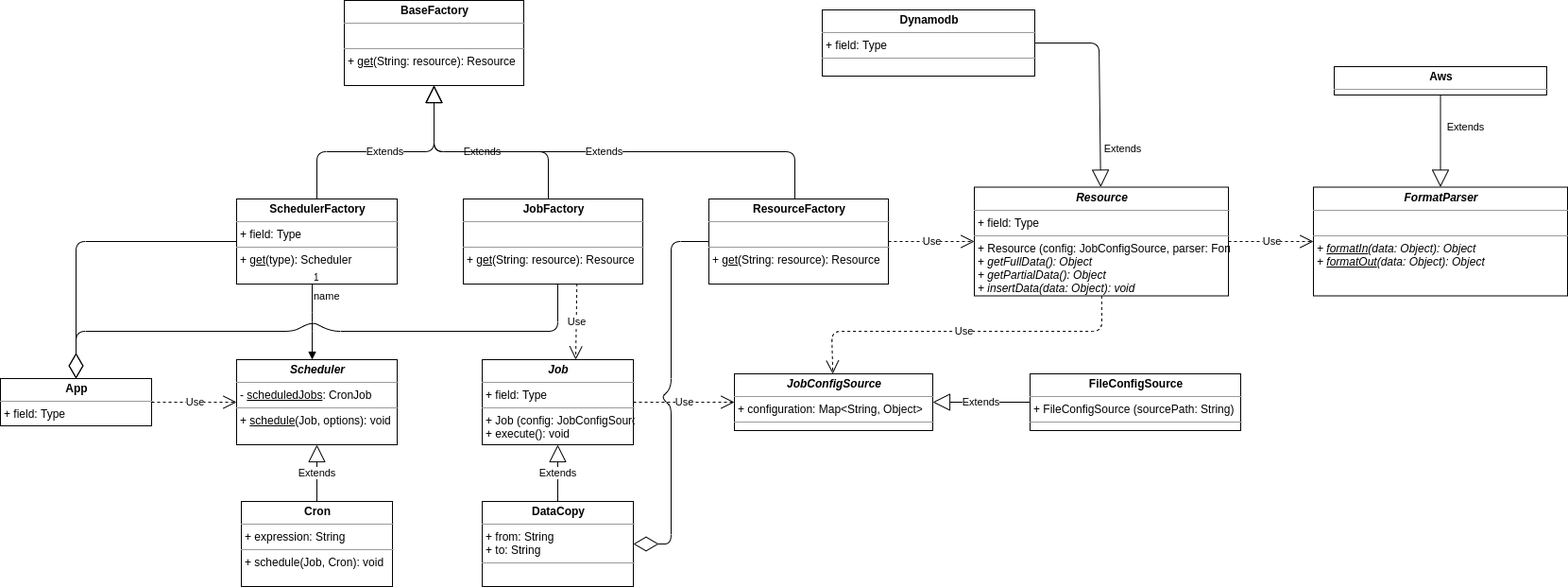
thiagogutierri/data-job-executor keeps this draw.io diagram as data-job-executor.png. Above is the earlier version. Source tidied: cells renumbered, new cells last; positions are measured from the earlier drawing's top-left corner, leaving out a move shared by most shapes.
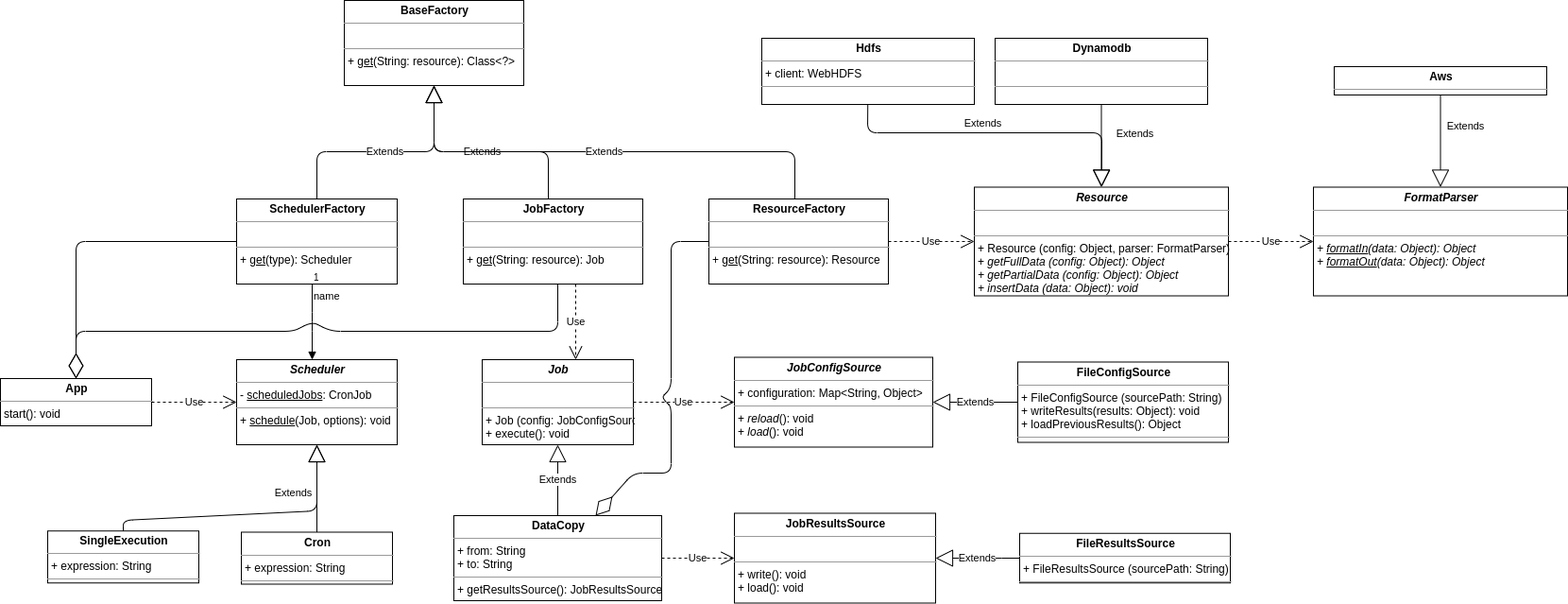
After the change.

Commit message:
Alterando a imagem

Change to the diagram source:
```diff
@@ -7,16 +7,16 @@
     </mxCell>
-    <mxCell id="3" value="&lt;p style=&quot;margin: 0px ; margin-top: 4px ; text-align: center&quot;&gt;&lt;b&gt;&lt;i&gt;Job&lt;/i&gt;&lt;/b&gt;&lt;/p&gt;&lt;hr size=&quot;1&quot;&gt;&lt;p style=&quot;margin: 0px ; margin-left: 4px&quot;&gt;+ field: Type&lt;/p&gt;&lt;hr size=&quot;1&quot;&gt;&lt;p style=&quot;margin: 0px ; margin-left: 4px&quot;&gt;+ Job (config: JobConfigSource)&lt;/p&gt;&lt;p style=&quot;margin: 0px ; margin-left: 4px&quot;&gt;+ execute(): void&lt;/p&gt;" style="verticalAlign=top;align=left;overflow=fill;fontSize=12;fontFamily=Helvetica;html=1;" parent="1" vertex="1">
+    <mxCell id="3" value="&lt;p style=&quot;margin: 0px ; margin-top: 4px ; text-align: center&quot;&gt;&lt;b&gt;&lt;i&gt;Job&lt;/i&gt;&lt;/b&gt;&lt;/p&gt;&lt;hr size=&quot;1&quot;&gt;&lt;p style=&quot;margin: 0px ; margin-left: 4px&quot;&gt;&lt;br&gt;&lt;/p&gt;&lt;hr size=&quot;1&quot;&gt;&lt;p style=&quot;margin: 0px ; margin-left: 4px&quot;&gt;+ Job (config: JobConfigSource)&lt;/p&gt;&lt;p style=&quot;margin: 0px ; margin-left: 4px&quot;&gt;+ execute(): void&lt;/p&gt;" style="verticalAlign=top;align=left;overflow=fill;fontSize=12;fontFamily=Helvetica;html=1;" parent="1" vertex="1">
       <mxGeometry x="510" y="380" width="160" height="90" as="geometry" />
     </mxCell>
-    <mxCell id="4" value="&lt;p style=&quot;margin: 0px ; margin-top: 4px ; text-align: center&quot;&gt;&lt;b&gt;App&lt;/b&gt;&lt;/p&gt;&lt;hr size=&quot;1&quot;&gt;&lt;p style=&quot;margin: 0px ; margin-left: 4px&quot;&gt;+ field: Type&lt;/p&gt;&lt;hr size=&quot;1&quot;&gt;&lt;p style=&quot;margin: 0px ; margin-left: 4px&quot;&gt;&lt;br&gt;&lt;/p&gt;" style="verticalAlign=top;align=left;overflow=fill;fontSize=12;fontFamily=Helvetica;html=1;" parent="1" vertex="1">
+    <mxCell id="4" value="&lt;p style=&quot;margin: 0px ; margin-top: 4px ; text-align: center&quot;&gt;&lt;b&gt;App&lt;/b&gt;&lt;/p&gt;&lt;hr size=&quot;1&quot;&gt;&lt;p style=&quot;margin: 0px ; margin-left: 4px&quot;&gt;start(): void&lt;/p&gt;&lt;hr size=&quot;1&quot;&gt;&lt;p style=&quot;margin: 0px ; margin-left: 4px&quot;&gt;&lt;br&gt;&lt;/p&gt;" style="verticalAlign=top;align=left;overflow=fill;fontSize=12;fontFamily=Helvetica;html=1;" parent="1" vertex="1">
       <mxGeometry y="400" width="160" height="50" as="geometry" />
     </mxCell>
-    <mxCell id="5" value="&lt;p style=&quot;margin: 0px ; margin-top: 4px ; text-align: center&quot;&gt;&lt;b&gt;Cron&lt;/b&gt;&lt;/p&gt;&lt;hr size=&quot;1&quot;&gt;&lt;p style=&quot;margin: 0px ; margin-left: 4px&quot;&gt;+ expression: String&lt;/p&gt;&lt;hr size=&quot;1&quot;&gt;&lt;p style=&quot;margin: 0px ; margin-left: 4px&quot;&gt;+ schedule(Job, Cron): void&lt;/p&gt;" style="verticalAlign=top;align=left;overflow=fill;fontSize=12;fontFamily=Helvetica;html=1;" parent="1" vertex="1">
-      <mxGeometry x="255" y="530" width="160" height="90" as="geometry" />
+    <mxCell id="5" value="&lt;p style=&quot;margin: 0px ; margin-top: 4px ; text-align: center&quot;&gt;&lt;b&gt;Cron&lt;/b&gt;&lt;/p&gt;&lt;hr size=&quot;1&quot;&gt;&lt;p style=&quot;margin: 0px ; margin-left: 4px&quot;&gt;+ expression: String&lt;/p&gt;&lt;hr size=&quot;1&quot;&gt;&lt;p style=&quot;margin: 0px ; margin-left: 4px&quot;&gt;&lt;br&gt;&lt;/p&gt;" style="verticalAlign=top;align=left;overflow=fill;fontSize=12;fontFamily=Helvetica;html=1;" parent="1" vertex="1">
+      <mxGeometry x="255" y="562.5" width="160" height="55" as="geometry" />
     </mxCell>
     <mxCell id="6" value="Extends" style="endArrow=block;endSize=16;endFill=0;html=1;" parent="1" edge="1" source="5" target="2">
-      <mxGeometry relative="1" as="geometry" />
+      <mxGeometry x="-0.08" y="25" relative="1" as="geometry" />
     </mxCell>
-    <mxCell id="7" value="&lt;p style=&quot;margin: 0px ; margin-top: 4px ; text-align: center&quot;&gt;&lt;b&gt;DataCopy&lt;/b&gt;&lt;/p&gt;&lt;hr size=&quot;1&quot;&gt;&lt;p style=&quot;margin: 0px ; margin-left: 4px&quot;&gt;+ from: String&lt;/p&gt;&lt;p style=&quot;margin: 0px ; margin-left: 4px&quot;&gt;+ to: String&lt;/p&gt;&lt;hr size=&quot;1&quot;&gt;&lt;p style=&quot;margin: 0px ; margin-left: 4px&quot;&gt;&lt;br&gt;&lt;/p&gt;" style="verticalAlign=top;align=left;overflow=fill;fontSize=12;fontFamily=Helvetica;html=1;" parent="1" vertex="1">
-      <mxGeometry x="510" y="530" width="160" height="90" as="geometry" />
+    <mxCell id="7" value="&lt;p style=&quot;margin: 0px ; margin-top: 4px ; text-align: center&quot;&gt;&lt;b&gt;DataCopy&lt;/b&gt;&lt;/p&gt;&lt;hr size=&quot;1&quot;&gt;&lt;p style=&quot;margin: 0px ; margin-left: 4px&quot;&gt;+ from: String&lt;/p&gt;&lt;p style=&quot;margin: 0px ; margin-left: 4px&quot;&gt;+ to: String&lt;/p&gt;&lt;hr size=&quot;1&quot;&gt;&lt;p style=&quot;margin: 0px ; margin-left: 4px&quot;&gt;+ getResultsSource(&lt;span&gt;): JobResultsSource&lt;/span&gt;&lt;/p&gt;" style="verticalAlign=top;align=left;overflow=fill;fontSize=12;fontFamily=Helvetica;html=1;" parent="1" vertex="1">
+      <mxGeometry x="480" y="545" width="220" height="90" as="geometry" />
     </mxCell>
@@ -25,6 +25,6 @@
     </mxCell>
-    <mxCell id="9" value="&lt;p style=&quot;margin: 0px ; margin-top: 4px ; text-align: center&quot;&gt;&lt;b&gt;JobFactory&lt;/b&gt;&lt;/p&gt;&lt;hr size=&quot;1&quot;&gt;&lt;p style=&quot;margin: 0px ; margin-left: 4px&quot;&gt;&lt;br&gt;&lt;/p&gt;&lt;hr size=&quot;1&quot;&gt;&lt;p style=&quot;margin: 0px ; margin-left: 4px&quot;&gt;+ &lt;u&gt;get&lt;/u&gt;(String: resource): Resource&lt;/p&gt;" style="verticalAlign=top;align=left;overflow=fill;fontSize=12;fontFamily=Helvetica;html=1;" parent="1" vertex="1">
+    <mxCell id="9" value="&lt;p style=&quot;margin: 0px ; margin-top: 4px ; text-align: center&quot;&gt;&lt;b&gt;JobFactory&lt;/b&gt;&lt;/p&gt;&lt;hr size=&quot;1&quot;&gt;&lt;p style=&quot;margin: 0px ; margin-left: 4px&quot;&gt;&lt;br&gt;&lt;/p&gt;&lt;hr size=&quot;1&quot;&gt;&lt;p style=&quot;margin: 0px ; margin-left: 4px&quot;&gt;+ &lt;u&gt;get&lt;/u&gt;(String: resource): Job&lt;/p&gt;" style="verticalAlign=top;align=left;overflow=fill;fontSize=12;fontFamily=Helvetica;html=1;" parent="1" vertex="1">
       <mxGeometry x="490" y="210" width="190" height="90" as="geometry" />
     </mxCell>
-    <mxCell id="10" value="&lt;p style=&quot;margin: 0px ; margin-top: 4px ; text-align: center&quot;&gt;&lt;b&gt;SchedulerFactory&lt;/b&gt;&lt;/p&gt;&lt;hr size=&quot;1&quot;&gt;&lt;p style=&quot;margin: 0px ; margin-left: 4px&quot;&gt;+ field: Type&lt;/p&gt;&lt;hr size=&quot;1&quot;&gt;&lt;p style=&quot;margin: 0px ; margin-left: 4px&quot;&gt;+ &lt;u&gt;get&lt;/u&gt;(type): Scheduler&lt;/p&gt;" style="verticalAlign=top;align=left;overflow=fill;fontSize=12;fontFamily=Helvetica;html=1;" parent="1" vertex="1">
+    <mxCell id="10" value="&lt;p style=&quot;margin: 0px ; margin-top: 4px ; text-align: center&quot;&gt;&lt;b&gt;SchedulerFactory&lt;/b&gt;&lt;/p&gt;&lt;hr size=&quot;1&quot;&gt;&lt;p style=&quot;margin: 0px ; margin-left: 4px&quot;&gt;&lt;br&gt;&lt;/p&gt;&lt;hr size=&quot;1&quot;&gt;&lt;p style=&quot;margin: 0px ; margin-left: 4px&quot;&gt;+ &lt;u&gt;get&lt;/u&gt;(type): Scheduler&lt;/p&gt;" style="verticalAlign=top;align=left;overflow=fill;fontSize=12;fontFamily=Helvetica;html=1;" parent="1" vertex="1">
       <mxGeometry x="250" y="210" width="170" height="90" as="geometry" />
@@ -45,3 +45,3 @@
     </mxCell>
-    <mxCell id="14" value="&lt;p style=&quot;margin: 0px ; margin-top: 4px ; text-align: center&quot;&gt;&lt;b&gt;BaseFactory&lt;/b&gt;&lt;/p&gt;&lt;hr size=&quot;1&quot;&gt;&lt;p style=&quot;margin: 0px ; margin-left: 4px&quot;&gt;&lt;br&gt;&lt;/p&gt;&lt;hr size=&quot;1&quot;&gt;&lt;p style=&quot;margin: 0px ; margin-left: 4px&quot;&gt;+ &lt;u&gt;get&lt;/u&gt;(String: resource): Resource&lt;/p&gt;" style="verticalAlign=top;align=left;overflow=fill;fontSize=12;fontFamily=Helvetica;html=1;" parent="1" vertex="1">
+    <mxCell id="14" value="&lt;p style=&quot;margin: 0px ; margin-top: 4px ; text-align: center&quot;&gt;&lt;b&gt;BaseFactory&lt;/b&gt;&lt;/p&gt;&lt;hr size=&quot;1&quot;&gt;&lt;p style=&quot;margin: 0px ; margin-left: 4px&quot;&gt;&lt;br&gt;&lt;/p&gt;&lt;hr size=&quot;1&quot;&gt;&lt;p style=&quot;margin: 0px ; margin-left: 4px&quot;&gt;+ &lt;u&gt;get&lt;/u&gt;(String: resource): Class&amp;lt;?&amp;gt;&lt;/p&gt;" style="verticalAlign=top;align=left;overflow=fill;fontSize=12;fontFamily=Helvetica;html=1;" parent="1" vertex="1">
       <mxGeometry x="364" width="190" height="90" as="geometry" />
@@ -65,4 +65,4 @@
     </mxCell>
-    <mxCell id="17" value="&lt;p style=&quot;margin: 0px ; margin-top: 4px ; text-align: center&quot;&gt;&lt;b&gt;&lt;i&gt;JobConfigSource&lt;/i&gt;&lt;/b&gt;&lt;/p&gt;&lt;hr size=&quot;1&quot;&gt;&lt;p style=&quot;margin: 0px ; margin-left: 4px&quot;&gt;+ configuration: Map&amp;lt;String, Object&amp;gt;&lt;/p&gt;&lt;hr size=&quot;1&quot;&gt;&lt;p style=&quot;margin: 0px ; margin-left: 4px&quot;&gt;&lt;br&gt;&lt;/p&gt;" style="verticalAlign=top;align=left;overflow=fill;fontSize=12;fontFamily=Helvetica;html=1;" parent="1" vertex="1">
-      <mxGeometry x="777" y="395" width="210" height="60" as="geometry" />
+    <mxCell id="17" value="&lt;p style=&quot;margin: 0px ; margin-top: 4px ; text-align: center&quot;&gt;&lt;b&gt;&lt;i&gt;JobConfigSource&lt;/i&gt;&lt;/b&gt;&lt;/p&gt;&lt;hr size=&quot;1&quot;&gt;&lt;p style=&quot;margin: 0px ; margin-left: 4px&quot;&gt;+ configuration: Map&amp;lt;String, Object&amp;gt;&lt;/p&gt;&lt;hr size=&quot;1&quot;&gt;&lt;p style=&quot;margin: 0px ; margin-left: 4px&quot;&gt;+ &lt;i&gt;reload&lt;/i&gt;(): void&lt;/p&gt;&lt;p style=&quot;margin: 0px ; margin-left: 4px&quot;&gt;+ &lt;i&gt;load&lt;/i&gt;(): void&lt;/p&gt;" style="verticalAlign=top;align=left;overflow=fill;fontSize=12;fontFamily=Helvetica;html=1;" parent="1" vertex="1">
+      <mxGeometry x="777" y="377.5" width="210" height="95" as="geometry" />
     </mxCell>
@@ -90,4 +90,5 @@
     </mxCell>
-    <mxCell id="21" value="Use" style="endArrow=open;endSize=12;dashed=1;html=1;exitX=0.633;exitY=0.995;exitDx=0;exitDy=0;exitPerimeter=0;" parent="1" edge="1" source="9">
+    <mxCell id="21" value="Use" style="endArrow=open;endSize=12;dashed=1;html=1;" parent="1" edge="1">
       <mxGeometry relative="1" as="geometry">
+        <mxPoint x="609" y="300" as="sourcePoint" />
         <mxPoint x="609" y="380" as="targetPoint" />
@@ -95,4 +96,4 @@
     </mxCell>
-    <mxCell id="22" value="&lt;p style=&quot;margin: 0px ; margin-top: 4px ; text-align: center&quot;&gt;&lt;b&gt;FileConfigSource&lt;/b&gt;&lt;/p&gt;&lt;hr size=&quot;1&quot;&gt;&lt;p style=&quot;margin: 0px ; margin-left: 4px&quot;&gt;+ FileConfigSource (sourcePath: String)&lt;/p&gt;&lt;hr size=&quot;1&quot;&gt;&lt;p style=&quot;margin: 0px ; margin-left: 4px&quot;&gt;&lt;br&gt;&lt;/p&gt;" style="verticalAlign=top;align=left;overflow=fill;fontSize=12;fontFamily=Helvetica;html=1;" parent="1" vertex="1">
-      <mxGeometry x="1090" y="395" width="223" height="60" as="geometry" />
+    <mxCell id="22" value="&lt;p style=&quot;margin: 0px ; margin-top: 4px ; text-align: center&quot;&gt;&lt;b&gt;FileConfigSource&lt;/b&gt;&lt;/p&gt;&lt;hr size=&quot;1&quot;&gt;&lt;p style=&quot;margin: 0px ; margin-left: 4px&quot;&gt;+ FileConfigSource (sourcePath: String)&lt;/p&gt;&lt;p style=&quot;margin: 0px 0px 0px 4px&quot;&gt;+ writeResults(results: Object): void&lt;/p&gt;&lt;p style=&quot;margin: 0px 0px 0px 4px&quot;&gt;+ loadPreviousResults(): Object&lt;/p&gt;&lt;hr size=&quot;1&quot;&gt;&lt;p style=&quot;margin: 0px ; margin-left: 4px&quot;&gt;&lt;br&gt;&lt;/p&gt;" style="verticalAlign=top;align=left;overflow=fill;fontSize=12;fontFamily=Helvetica;html=1;" parent="1" vertex="1">
+      <mxGeometry x="1077" y="382.5" width="223" height="85" as="geometry" />
     </mxCell>
@@ -120,3 +121,4 @@
           <mxPoint x="710" y="430" />
-          <mxPoint x="710" y="575" />
+          <mxPoint x="710" y="500" />
+          <mxPoint x="670" y="500" />
         </Array>
@@ -124,6 +126,6 @@
     </mxCell>
-    <mxCell id="27" value="&lt;p style=&quot;margin: 0px ; margin-top: 4px ; text-align: center&quot;&gt;&lt;b&gt;Dynamodb&lt;/b&gt;&lt;/p&gt;&lt;hr size=&quot;1&quot;&gt;&lt;p style=&quot;margin: 0px ; margin-left: 4px&quot;&gt;+ field: Type&lt;/p&gt;&lt;hr size=&quot;1&quot;&gt;&lt;p style=&quot;margin: 0px ; margin-left: 4px&quot;&gt;&lt;br&gt;&lt;/p&gt;" style="verticalAlign=top;align=left;overflow=fill;fontSize=12;fontFamily=Helvetica;html=1;" parent="1" vertex="1">
-      <mxGeometry x="870" y="10" width="225" height="70" as="geometry" />
+    <mxCell id="27" value="&lt;p style=&quot;margin: 0px ; margin-top: 4px ; text-align: center&quot;&gt;&lt;b&gt;Dynamodb&lt;/b&gt;&lt;/p&gt;&lt;hr size=&quot;1&quot;&gt;&lt;p style=&quot;margin: 0px ; margin-left: 4px&quot;&gt;&lt;br&gt;&lt;/p&gt;&lt;hr size=&quot;1&quot;&gt;&lt;p style=&quot;margin: 0px ; margin-left: 4px&quot;&gt;&lt;br&gt;&lt;/p&gt;" style="verticalAlign=top;align=left;overflow=fill;fontSize=12;fontFamily=Helvetica;html=1;" parent="1" vertex="1">
+      <mxGeometry x="1053" y="40" width="225" height="70" as="geometry" />
     </mxCell>
-    <mxCell id="28" value="&lt;p style=&quot;margin: 0px ; margin-top: 4px ; text-align: center&quot;&gt;&lt;b&gt;&lt;i&gt;Resource&lt;/i&gt;&lt;/b&gt;&lt;/p&gt;&lt;hr size=&quot;1&quot;&gt;&lt;p style=&quot;margin: 0px ; margin-left: 4px&quot;&gt;+ field: Type&lt;/p&gt;&lt;hr size=&quot;1&quot;&gt;&lt;p style=&quot;margin: 0px ; margin-left: 4px&quot;&gt;+ Resource (config: JobConfigSource, parser: FormatParser)&lt;/p&gt;&lt;p style=&quot;margin: 0px ; margin-left: 4px&quot;&gt;+ &lt;i&gt;getFullData(): Object&lt;/i&gt;&lt;/p&gt;&lt;p style=&quot;margin: 0px ; margin-left: 4px&quot;&gt;&lt;i&gt;+ getPartialData(): Object&lt;/i&gt;&lt;/p&gt;&lt;p style=&quot;margin: 0px ; margin-left: 4px&quot;&gt;&lt;i&gt;+ insertData(data: Object): void&lt;/i&gt;&lt;/p&gt;" style="verticalAlign=top;align=left;overflow=fill;fontSize=12;fontFamily=Helvetica;html=1;" parent="1" vertex="1">
+    <mxCell id="28" value="&lt;p style=&quot;margin: 0px ; margin-top: 4px ; text-align: center&quot;&gt;&lt;b&gt;&lt;i&gt;Resource&lt;/i&gt;&lt;/b&gt;&lt;/p&gt;&lt;hr size=&quot;1&quot;&gt;&lt;p style=&quot;margin: 0px ; margin-left: 4px&quot;&gt;&lt;br&gt;&lt;/p&gt;&lt;hr size=&quot;1&quot;&gt;&lt;p style=&quot;margin: 0px ; margin-left: 4px&quot;&gt;+ Resource (config: Object, parser: FormatParser)&lt;/p&gt;&lt;p style=&quot;margin: 0px ; margin-left: 4px&quot;&gt;+ &lt;i&gt;getFullData (config: Object): Object&lt;/i&gt;&lt;/p&gt;&lt;p style=&quot;margin: 0px ; margin-left: 4px&quot;&gt;&lt;i&gt;+ getPartialData (config: Object): Object&lt;/i&gt;&lt;/p&gt;&lt;p style=&quot;margin: 0px ; margin-left: 4px&quot;&gt;&lt;i&gt;+ insertData (data: Object): void&lt;/i&gt;&lt;/p&gt;" style="verticalAlign=top;align=left;overflow=fill;fontSize=12;fontFamily=Helvetica;html=1;" parent="1" vertex="1">
       <mxGeometry x="1031" y="197.5" width="269" height="115" as="geometry" />
@@ -134,16 +136,6 @@
     <mxCell id="30" value="Extends" style="endArrow=block;endSize=16;endFill=0;html=1;" parent="1" edge="1" source="27" target="28">
-      <mxGeometry x="0.63" y="24" relative="1" as="geometry">
-        <Array as="points">
-          <mxPoint x="1163" y="45" />
-        </Array>
+      <mxGeometry x="-0.31" y="35" relative="1" as="geometry">
+        <mxPoint y="1" as="offset" />
       </mxGeometry>
     </mxCell>
-    <mxCell id="31" value="Use" style="endArrow=open;endSize=12;dashed=1;html=1;" parent="1" edge="1" source="28" target="17">
-      <mxGeometry relative="1" as="geometry">
-        <Array as="points">
-          <mxPoint x="1166" y="350" />
-          <mxPoint x="880" y="350" />
-        </Array>
-      </mxGeometry>
-    </mxCell>
     <mxCell id="32" value="&lt;p style=&quot;margin: 0px ; margin-top: 4px ; text-align: center&quot;&gt;&lt;b&gt;&lt;i&gt;FormatParser&lt;/i&gt;&lt;/b&gt;&lt;/p&gt;&lt;hr size=&quot;1&quot;&gt;&lt;p style=&quot;margin: 0px ; margin-left: 4px&quot;&gt;&lt;br&gt;&lt;/p&gt;&lt;hr size=&quot;1&quot;&gt;&lt;p style=&quot;margin: 0px ; margin-left: 4px&quot;&gt;&lt;i&gt;+ &lt;u&gt;formatIn&lt;/u&gt;(data: Object): Object&lt;br&gt;&lt;/i&gt;&lt;/p&gt;&lt;p style=&quot;margin: 0px ; margin-left: 4px&quot;&gt;&lt;i&gt;+ &lt;u&gt;formatOut&lt;/u&gt;(data: Object): Object&lt;/i&gt;&lt;br&gt;&lt;/p&gt;" style="verticalAlign=top;align=left;overflow=fill;fontSize=12;fontFamily=Helvetica;html=1;" parent="1" vertex="1">
@@ -160,2 +152,40 @@
     </mxCell>
+    <mxCell id="36" value="&lt;p style=&quot;margin: 0px ; margin-top: 4px ; text-align: center&quot;&gt;&lt;b&gt;JobResultsSource&lt;/b&gt;&lt;/p&gt;&lt;hr size=&quot;1&quot;&gt;&lt;p style=&quot;margin: 0px ; margin-left: 4px&quot;&gt;&lt;br&gt;&lt;/p&gt;&lt;hr size=&quot;1&quot;&gt;&lt;p style=&quot;margin: 0px ; margin-left: 4px&quot;&gt;+ write(): void&lt;/p&gt;&lt;p style=&quot;margin: 0px ; margin-left: 4px&quot;&gt;+ load(): void&lt;/p&gt;" style="verticalAlign=top;align=left;overflow=fill;fontSize=12;fontFamily=Helvetica;html=1;" parent="1" vertex="1">
+      <mxGeometry x="777" y="542.5" width="213" height="95" as="geometry" />
+    </mxCell>
+    <mxCell id="37" value="Extends" style="endArrow=block;endSize=16;endFill=0;html=1;" parent="1" edge="1" source="38" target="36">
+      <mxGeometry relative="1" as="geometry">
+        <Array as="points">
+          <mxPoint x="1060" y="590" />
+        </Array>
+      </mxGeometry>
+    </mxCell>
+    <mxCell id="31" value="Use" style="endArrow=open;endSize=12;dashed=1;html=1;" parent="1" edge="1" source="7" target="36">
+      <mxGeometry relative="1" as="geometry" />
+    </mxCell>
+    <mxCell id="38" value="&lt;p style=&quot;margin: 0px ; margin-top: 4px ; text-align: center&quot;&gt;&lt;b&gt;FileResultsSource&lt;/b&gt;&lt;/p&gt;&lt;hr size=&quot;1&quot;&gt;&lt;p style=&quot;margin: 0px ; margin-left: 4px&quot;&gt;+ FileResultsSource (sourcePath: String)&lt;br&gt;&lt;/p&gt;&lt;hr size=&quot;1&quot;&gt;&lt;p style=&quot;margin: 0px ; margin-left: 4px&quot;&gt;&lt;br&gt;&lt;/p&gt;" style="verticalAlign=top;align=left;overflow=fill;fontSize=12;fontFamily=Helvetica;html=1;" parent="1" vertex="1">
+      <mxGeometry x="1079" y="563.8" width="223" height="52.5" as="geometry" />
+    </mxCell>
+    <mxCell id="39" value="&lt;p style=&quot;margin: 0px ; margin-top: 4px ; text-align: center&quot;&gt;&lt;b&gt;Hdfs&lt;/b&gt;&lt;/p&gt;&lt;hr size=&quot;1&quot;&gt;&lt;p style=&quot;margin: 0px ; margin-left: 4px&quot;&gt;+ client:&amp;nbsp;WebHDFS&lt;/p&gt;&lt;hr size=&quot;1&quot;&gt;&lt;p style=&quot;margin: 0px ; margin-left: 4px&quot;&gt;&lt;br&gt;&lt;/p&gt;" style="verticalAlign=top;align=left;overflow=fill;fontSize=12;fontFamily=Helvetica;html=1;" parent="1" vertex="1">
+      <mxGeometry x="806" y="40" width="225" height="70" as="geometry" />
+    </mxCell>
+    <mxCell id="40" value="Extends" style="endArrow=block;endSize=16;endFill=0;html=1;" parent="1" edge="1" source="39" target="28">
+      <mxGeometry x="-0.09" y="10" relative="1" as="geometry">
+        <Array as="points">
+          <mxPoint x="918" y="140" />
+          <mxPoint x="1166" y="140" />
+        </Array>
+      </mxGeometry>
+    </mxCell>
+    <mxCell id="41" value="&lt;p style=&quot;margin: 0px ; margin-top: 4px ; text-align: center&quot;&gt;&lt;b&gt;SingleExecution&lt;/b&gt;&lt;/p&gt;&lt;hr size=&quot;1&quot;&gt;&lt;p style=&quot;margin: 0px ; margin-left: 4px&quot;&gt;+ expression: String&lt;/p&gt;&lt;hr size=&quot;1&quot;&gt;&lt;p style=&quot;margin: 0px ; margin-left: 4px&quot;&gt;&lt;br&gt;&lt;/p&gt;" style="verticalAlign=top;align=left;overflow=fill;fontSize=12;fontFamily=Helvetica;html=1;" parent="1" vertex="1">
+      <mxGeometry x="50" y="561.2" width="160" height="55" as="geometry" />
+    </mxCell>
+    <mxCell id="42" style="endArrow=block;endSize=16;endFill=0;html=1;" parent="1" edge="1" source="41" target="2">
+      <mxGeometry relative="1" as="geometry">
+        <Array as="points">
+          <mxPoint x="130" y="550" />
+          <mxPoint x="335" y="540" />
+        </Array>
+      </mxGeometry>
+    </mxCell>
   </root>
```
